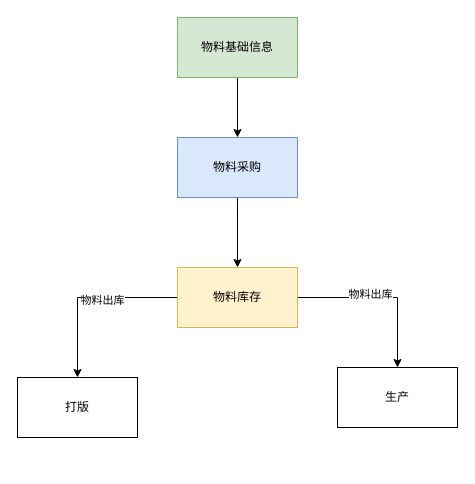
The draw.io diagram 物料基本流程.drawio in pbm0802/GitIDEATest, before the edit. Source tidied: cells renumbered, new cells numbered last; positions are measured from the earlier drawing's top-left corner, leaving out a move shared by most shapes. Both pictures are drawn from the tidied source at 100%, with x=0, y=0 at pixel (17, 17).
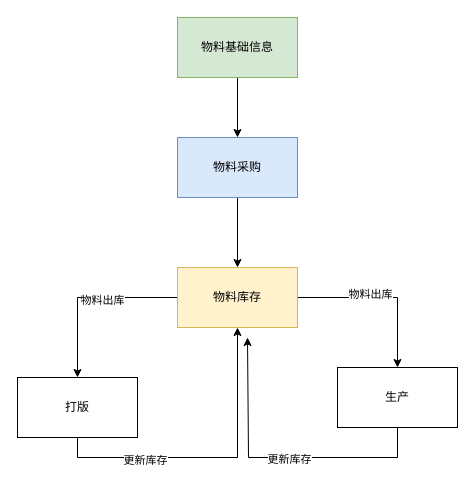
The same page after the edit.

Commit message:
更新物料基本流程.drawio

Change to the diagram source:
```diff
@@
 <mxGraphModel>
   <root>
     <mxCell id="0" />
     <mxCell id="1" parent="0" />
     <mxCell id="2" style="edgeStyle=orthogonalEdgeStyle;rounded=0;jettySize=auto;html=1;exitX=0.5;exitY=1;exitDx=0;exitDy=0;" parent="1" edge="1" source="3" target="5">
       <mxGeometry relative="1" as="geometry" />
     </mxCell>
     <mxCell id="3" value="物料基础信息" style="rounded=0;whiteSpace=wrap;html=1;fillColor=#d5e8d4;strokeColor=#82b366;" parent="1" vertex="1">
       <mxGeometry x="160" width="120" height="60" as="geometry" />
     </mxCell>
     <mxCell id="4" style="edgeStyle=orthogonalEdgeStyle;rounded=0;jettySize=auto;html=1;exitX=0.5;exitY=1;exitDx=0;exitDy=0;entryX=0.5;entryY=0;entryDx=0;entryDy=0;" parent="1" edge="1" source="5" target="10">
       <mxGeometry relative="1" as="geometry" />
     </mxCell>
     <mxCell id="5" value="物料采购" style="rounded=0;whiteSpace=wrap;html=1;fillColor=#dae8fc;strokeColor=#6c8ebf;" parent="1" vertex="1">
       <mxGeometry x="160" y="120" width="120" height="60" as="geometry" />
     </mxCell>
     <mxCell id="6" style="edgeStyle=orthogonalEdgeStyle;rounded=0;jettySize=auto;html=1;exitX=0;exitY=0.5;exitDx=0;exitDy=0;entryX=0.5;entryY=0;entryDx=0;entryDy=0;" parent="1" edge="1" source="10" target="11">
       <mxGeometry relative="1" as="geometry" />
     </mxCell>
     <mxCell id="7" value="物料出库" style="edgeLabel;html=1;align=center;verticalAlign=middle;" parent="6" vertex="1">
       <mxGeometry x="-0.16" y="2" relative="1" as="geometry" />
     </mxCell>
     <mxCell id="8" style="edgeStyle=orthogonalEdgeStyle;rounded=0;jettySize=auto;html=1;exitX=1;exitY=0.5;exitDx=0;exitDy=0;entryX=0.5;entryY=0;entryDx=0;entryDy=0;" parent="1" edge="1" source="10" target="12">
       <mxGeometry relative="1" as="geometry" />
     </mxCell>
     <mxCell id="9" value="物料出库" style="edgeLabel;html=1;align=center;verticalAlign=middle;" parent="8" vertex="1">
       <mxGeometry x="-0.15" y="4" relative="1" as="geometry" />
     </mxCell>
     <mxCell id="10" value="物料库存" style="rounded=0;whiteSpace=wrap;html=1;fillColor=#fff2cc;strokeColor=#d6b656;" parent="1" vertex="1">
       <mxGeometry x="160" y="250" width="120" height="60" as="geometry" />
     </mxCell>
+    <mxCell id="13" style="edgeStyle=orthogonalEdgeStyle;rounded=0;jettySize=auto;html=1;exitX=0.5;exitY=1;exitDx=0;exitDy=0;entryX=0.5;entryY=1;entryDx=0;entryDy=0;" parent="1" edge="1" source="11" target="10">
+      <mxGeometry relative="1" as="geometry" />
+    </mxCell>
+    <mxCell id="14" value="更新库存" style="edgeLabel;html=1;align=center;verticalAlign=middle;" parent="13" vertex="1">
+      <mxGeometry x="-0.44" y="-2" relative="1" as="geometry" />
+    </mxCell>
     <mxCell id="11" value="打版" style="rounded=0;whiteSpace=wrap;html=1;" parent="1" vertex="1">
       <mxGeometry y="360" width="120" height="60" as="geometry" />
     </mxCell>
+    <mxCell id="15" style="edgeStyle=orthogonalEdgeStyle;rounded=0;jettySize=auto;html=1;exitX=0.5;exitY=1;exitDx=0;exitDy=0;" parent="1" edge="1" source="12">
+      <mxGeometry relative="1" as="geometry">
+        <mxPoint x="230" y="320" as="targetPoint" />
+        <Array as="points">
+          <mxPoint x="380" y="440" />
+          <mxPoint x="231" y="440" />
+        </Array>
+      </mxGeometry>
+    </mxCell>
+    <mxCell id="16" value="更新库存" style="edgeLabel;html=1;align=center;verticalAlign=middle;" parent="15" vertex="1">
+      <mxGeometry x="-0.07" y="1" relative="1" as="geometry" />
+    </mxCell>
     <mxCell id="12" value="生产" style="rounded=0;whiteSpace=wrap;html=1;" parent="1" vertex="1">
       <mxGeometry x="320" y="350" width="120" height="60" as="geometry" />
     </mxCell>
   </root>
 </mxGraphModel>
```
